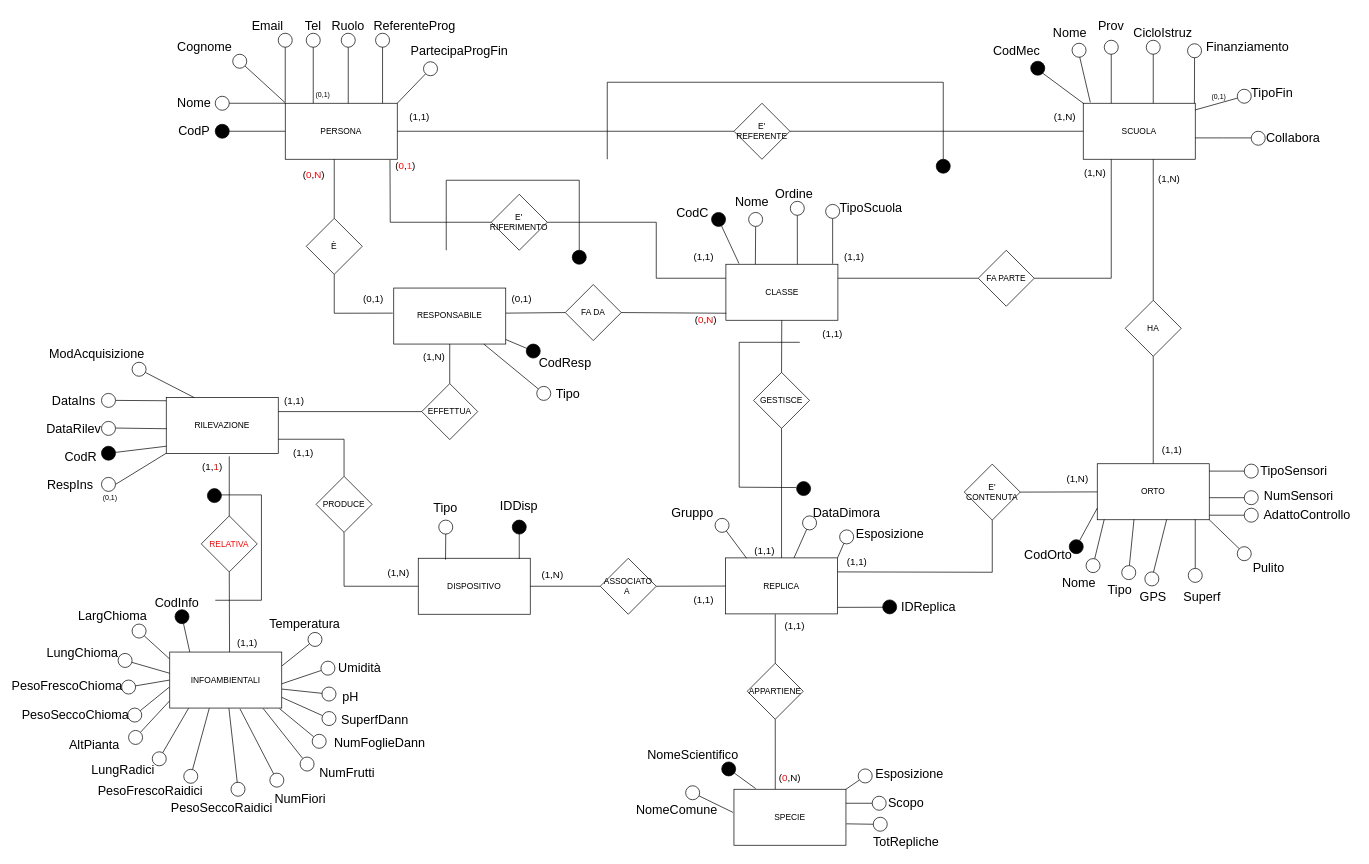
Earlier version of the draw.io diagram BD_ER_Restructured.drawio (pizzo-kyle/unige). Source tidied: cells renumbered, new cells numbered last; positions are measured from the earlier drawing's top-left corner, leaving out a move shared by most shapes. Both pictures are drawn from the tidied source at 70%, with x=0, y=0 at pixel (38, 12).
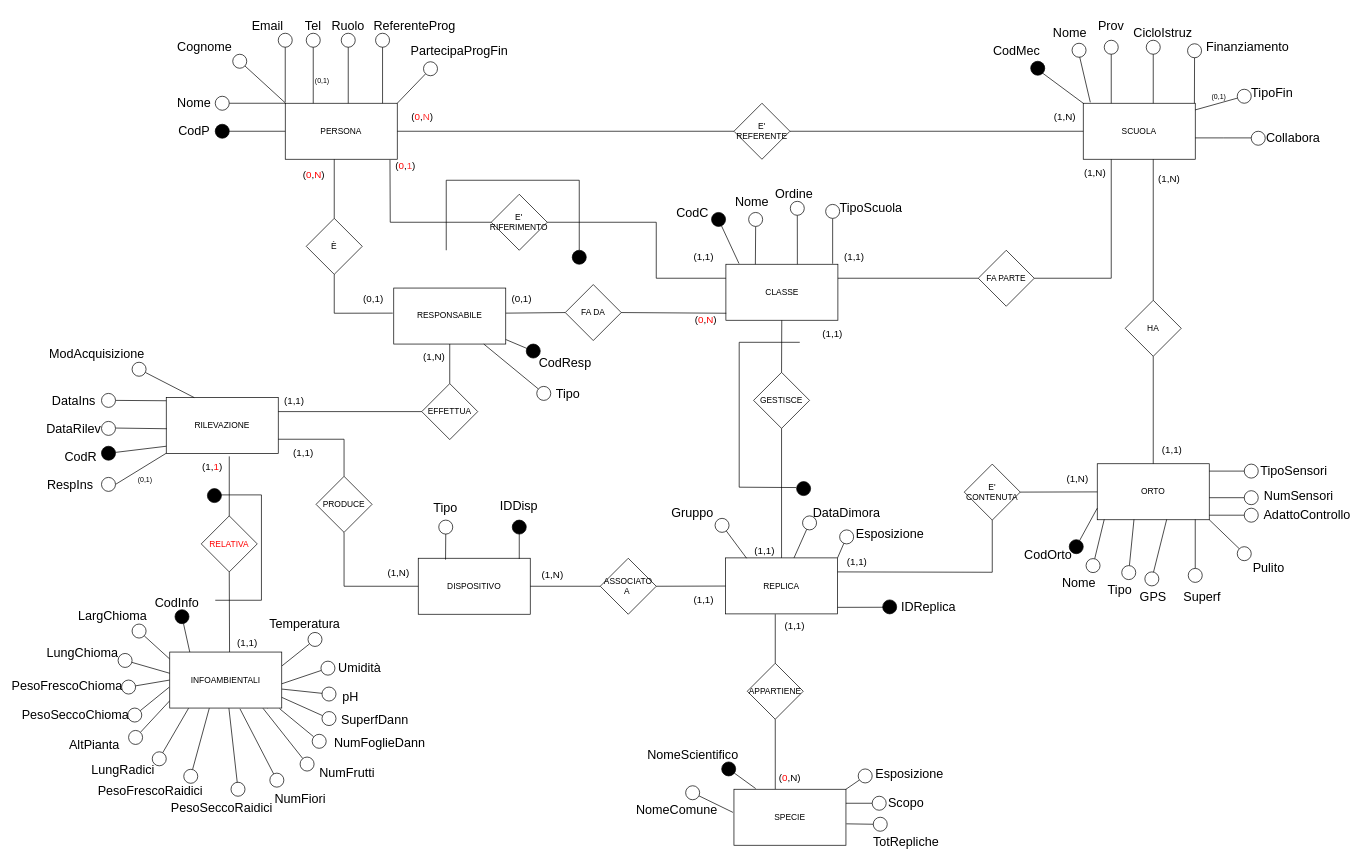
The same diagram, later.

What changed in the source:
```diff
@@
-    <mxCell id="195" value="&lt;font style=&quot;font-size: 14px;&quot;&gt;(1,1)&lt;/font&gt;" style="text;html=1;strokeColor=none;fillColor=none;align=center;verticalAlign=middle;whiteSpace=wrap;rounded=0;" parent="1" vertex="1">
-      <mxGeometry x="521" y="140" width="46" height="20" as="geometry" />
-    </mxCell>
@@
-    <mxCell id="239" style="endArrow=none;html=1;rounded=0;" parent="1" edge="1">
-      <mxGeometry relative="1" as="geometry">
-        <mxPoint x="1292" y="210" as="sourcePoint" />
-        <mxPoint x="812" y="210" as="targetPoint" />
-        <Array as="points">
-          <mxPoint x="1292" y="100" />
-          <mxPoint x="812" y="100" />
-        </Array>
-      </mxGeometry>
-    </mxCell>
-    <mxCell id="240" style="ellipse;whiteSpace=wrap;html=1;fillColor=#000000;direction=south;" parent="1" vertex="1">
-      <mxGeometry x="1282" y="210" width="20" height="20" as="geometry" />
-    </mxCell>
@@
     <mxCell id="244" value="&lt;font style=&quot;font-size: 10px;&quot;&gt;(0,1)&lt;/font&gt;" style="text;html=1;strokeColor=none;fillColor=none;align=center;verticalAlign=middle;whiteSpace=wrap;rounded=0;" parent="1" vertex="1">
-      <mxGeometry x="390.5" y="110" width="30" height="15" as="geometry" />
+      <mxGeometry x="389.5" y="90" width="30" height="15" as="geometry" />
     </mxCell>
@@
     <mxCell id="251" value="&lt;font style=&quot;font-size: 10px;&quot;&gt;(0,1)&lt;/font&gt;" style="text;html=1;strokeColor=none;fillColor=none;align=center;verticalAlign=middle;whiteSpace=wrap;rounded=0;fontSize=10;" parent="1" vertex="1">
-      <mxGeometry x="77" y="678.5" width="50" height="30" as="geometry" />
+      <mxGeometry x="127" y="652" width="50" height="30" as="geometry" />
     </mxCell>
@@
+    <mxCell id="280" value="&lt;font style=&quot;font-size: 14px;&quot;&gt;(&lt;font color=&quot;#ff0000&quot;&gt;0&lt;/font&gt;,&lt;font color=&quot;#ff3333&quot;&gt;N&lt;/font&gt;)&lt;/font&gt;" style="text;html=1;strokeColor=none;fillColor=none;align=center;verticalAlign=middle;whiteSpace=wrap;rounded=0;" parent="1" vertex="1">
+      <mxGeometry x="525.3" y="140" width="46" height="20" as="geometry" />
+    </mxCell>
```
